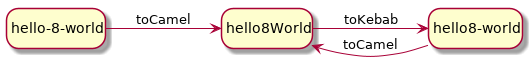
The PlantUML diagram docs/number-problem.png in jawira/case-converter, before a commit.
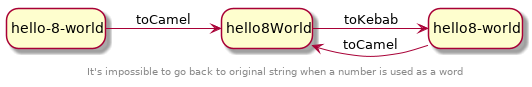
The same file after the commit.

Change to the diagram source:
```diff
@@ -10,4 +10,6 @@
 state2 --> state3: toKebab
 state3 --> state2: toCamel
 }
+
+center footer It's impossible to go back to original string when a number is used as a word
 @enduml
```
